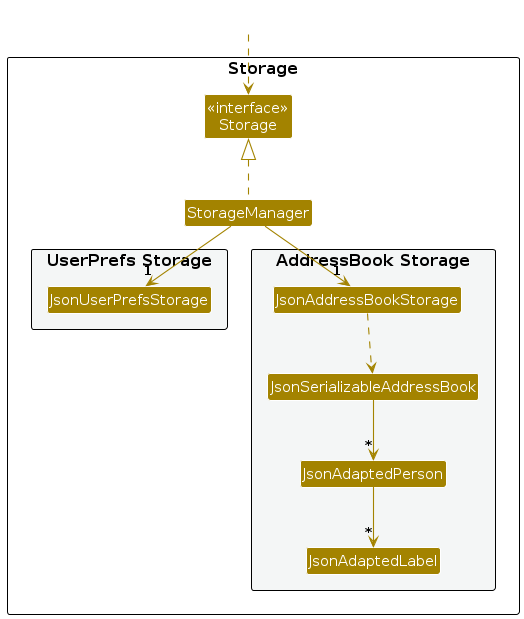
AY2627S1-CS2103T-F12-1/tp keeps this PlantUML diagram as diagrams/StorageClassDiagram.png. Above is the earlier version. Its source is kept beside it as diagrams/StorageClassDiagram.puml.
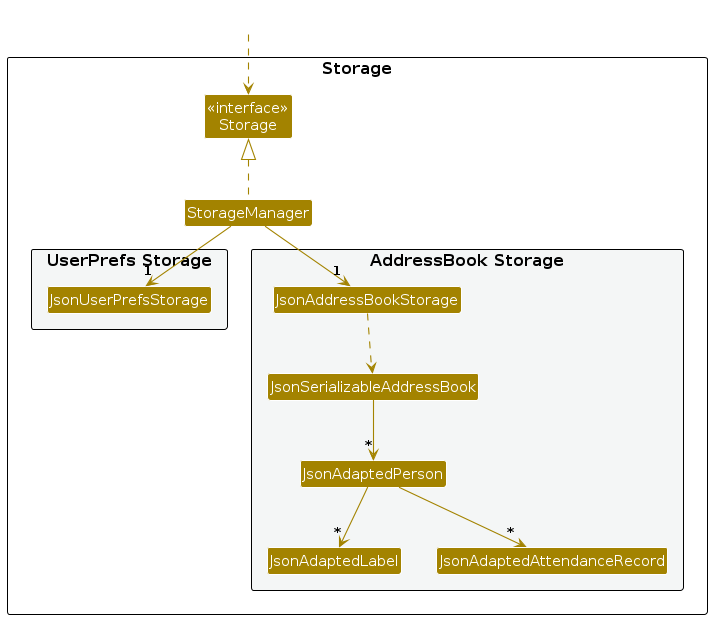
Later version of the same file.

What changed in the source:
```diff
@@ -18,6 +18,7 @@
 Class JsonSerializableAddressBook
 Class JsonAdaptedPerson
 Class JsonAdaptedLabel
+Class JsonAdaptedAttendanceRecord
 }
 
 }
@@ -32,5 +33,6 @@
 JsonAddressBookStorage ..> JsonSerializableAddressBook
 JsonSerializableAddressBook --> "*" JsonAdaptedPerson
 JsonAdaptedPerson --> "*" JsonAdaptedLabel
+JsonAdaptedPerson --> "*" JsonAdaptedAttendanceRecord
 
 @enduml
```
